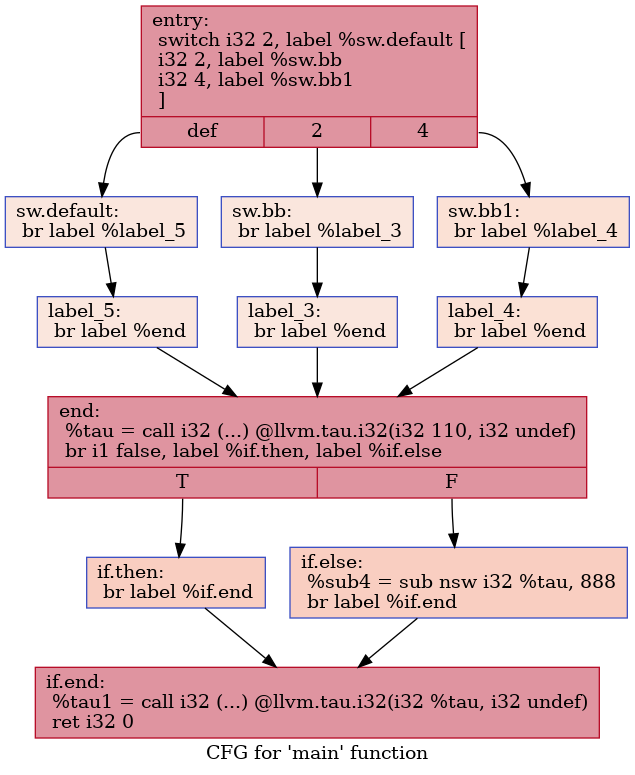
HPSSA-LLVM/HPSSA-LLVM keeps this Graphviz diagram as IR/cfg/SCCP_HPSSA.dot.png. Above is the earlier version. Its source is kept beside it as IR/cfg/SCCP_HPSSA.dot. The source it was exported from:
```dot
digraph "CFG for 'main' function" {
	label="CFG for 'main' function";

	Node0x55d8549ee800 [shape=record,color="#b70d28ff", style=filled, fillcolor="#b70d2870",label="{entry:\l  switch i32 2, label %sw.default [\l    i32 2, label %sw.bb\l    i32 4, label %sw.bb1\l  ]\l|{<s0>def|<s1>2|<s2>4}}"];
	Node0x55d8549ee800:s0 -> Node0x55d8549ee930;
	Node0x55d8549ee800:s1 -> Node0x55d8549ee9b0;
	Node0x55d8549ee800:s2 -> Node0x55d8549eea50;
	Node0x55d8549ee9b0 [shape=record,color="#3d50c3ff", style=filled, fillcolor="#f3c7b170",label="{sw.bb:                                            \l  br label %label_3\l}"];
	Node0x55d8549ee9b0 -> Node0x55d8549eebe0;
	Node0x55d8549eea50 [shape=record,color="#3d50c3ff", style=filled, fillcolor="#f7bca170",label="{sw.bb1:                                           \l  br label %label_4\l}"];
	Node0x55d8549eea50 -> Node0x55d8549eecc0;
	Node0x55d8549ee930 [shape=record,color="#3d50c3ff", style=filled, fillcolor="#f3c7b170",label="{sw.default:                                       \l  br label %label_5\l}"];
	Node0x55d8549ee930 -> Node0x55d8549eeda0;
	Node0x55d8549eebe0 [shape=record,color="#3d50c3ff", style=filled, fillcolor="#f3c7b170",label="{label_3:                                          \l  br label %end\l}"];
	Node0x55d8549eebe0 -> Node0x55d8549eee80;
	Node0x55d8549eecc0 [shape=record,color="#3d50c3ff", style=filled, fillcolor="#f7bca170",label="{label_4:                                          \l  br label %end\l}"];
	Node0x55d8549eecc0 -> Node0x55d8549eee80;
	Node0x55d8549eeda0 [shape=record,color="#3d50c3ff", style=filled, fillcolor="#f3c7b170",label="{label_5:                                          \l  br label %end\l}"];
	Node0x55d8549eeda0 -> Node0x55d8549eee80;
	Node0x55d8549eee80 [shape=record,color="#b70d28ff", style=filled, fillcolor="#b70d2870",label="{end:                                              \l  %tau = call i32 (...) @llvm.tau.i32(i32 110, i32 undef)\l  br i1 false, label %if.then, label %if.else\l|{<s0>T|<s1>F}}"];
	Node0x55d8549eee80:s0 -> Node0x55d8549ef6c0;
	Node0x55d8549eee80:s1 -> Node0x55d8549ef730;
	Node0x55d8549ef6c0 [shape=record,color="#3d50c3ff", style=filled, fillcolor="#f2907270",label="{if.then:                                          \l  br label %if.end\l}"];
	Node0x55d8549ef6c0 -> Node0x55d8549ef850;
	Node0x55d8549ef730 [shape=record,color="#3d50c3ff", style=filled, fillcolor="#f2907270",label="{if.else:                                          \l  %sub4 = sub nsw i32 %tau, 888\l  br label %if.end\l}"];
	Node0x55d8549ef730 -> Node0x55d8549ef850;
	Node0x55d8549ef850 [shape=record,color="#b70d28ff", style=filled, fillcolor="#b70d2870",label="{if.end:                                           \l  %tau1 = call i32 (...) @llvm.tau.i32(i32 %tau, i32 undef)\l  ret i32 0\l}"];
}
```
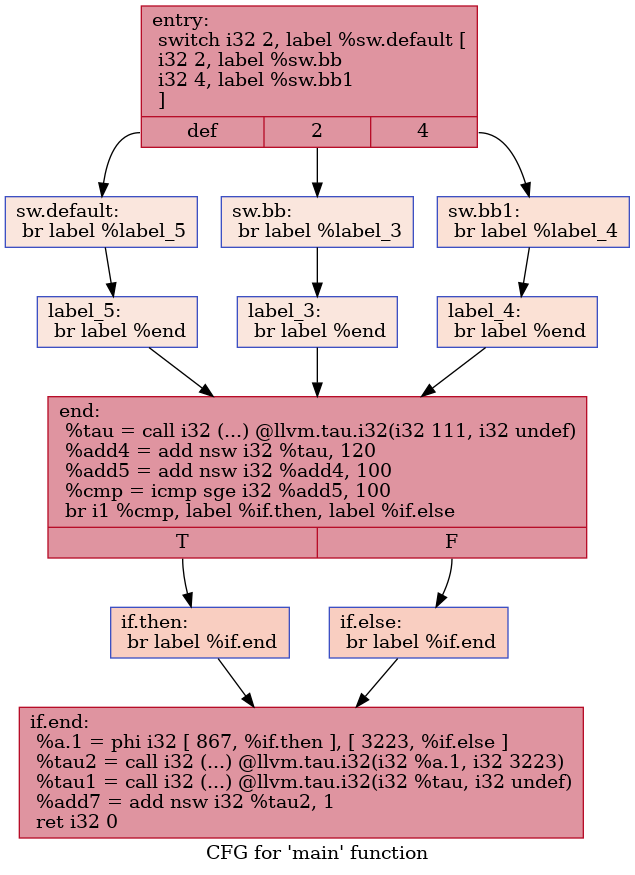
The same file after the commit.

Change to the diagram source:
```diff
@@ -1,28 +1,28 @@
 digraph "CFG for 'main' function" {
 	label="CFG for 'main' function";
 
-	Node0x55d8549ee800 [shape=record,color="#b70d28ff", style=filled, fillcolor="#b70d2870",label="{entry:\l  switch i32 2, label %sw.default [\l    i32 2, label %sw.bb\l    i32 4, label %sw.bb1\l  ]\l|{<s0>def|<s1>2|<s2>4}}"];
-	Node0x55d8549ee800:s0 -> Node0x55d8549ee930;
-	Node0x55d8549ee800:s1 -> Node0x55d8549ee9b0;
-	Node0x55d8549ee800:s2 -> Node0x55d8549eea50;
-	Node0x55d8549ee9b0 [shape=record,color="#3d50c3ff", style=filled, fillcolor="#f3c7b170",label="{sw.bb:                                            \l  br label %label_3\l}"];
-	Node0x55d8549ee9b0 -> Node0x55d8549eebe0;
-	Node0x55d8549eea50 [shape=record,color="#3d50c3ff", style=filled, fillcolor="#f7bca170",label="{sw.bb1:                                           \l  br label %label_4\l}"];
-	Node0x55d8549eea50 -> Node0x55d8549eecc0;
-	Node0x55d8549ee930 [shape=record,color="#3d50c3ff", style=filled, fillcolor="#f3c7b170",label="{sw.default:                                       \l  br label %label_5\l}"];
-	Node0x55d8549ee930 -> Node0x55d8549eeda0;
-	Node0x55d8549eebe0 [shape=record,color="#3d50c3ff", style=filled, fillcolor="#f3c7b170",label="{label_3:                                          \l  br label %end\l}"];
-	Node0x55d8549eebe0 -> Node0x55d8549eee80;
-	Node0x55d8549eecc0 [shape=record,color="#3d50c3ff", style=filled, fillcolor="#f7bca170",label="{label_4:                                          \l  br label %end\l}"];
-	Node0x55d8549eecc0 -> Node0x55d8549eee80;
-	Node0x55d8549eeda0 [shape=record,color="#3d50c3ff", style=filled, fillcolor="#f3c7b170",label="{label_5:                                          \l  br label %end\l}"];
-	Node0x55d8549eeda0 -> Node0x55d8549eee80;
-	Node0x55d8549eee80 [shape=record,color="#b70d28ff", style=filled, fillcolor="#b70d2870",label="{end:                                              \l  %tau = call i32 (...) @llvm.tau.i32(i32 110, i32 undef)\l  br i1 false, label %if.then, label %if.else\l|{<s0>T|<s1>F}}"];
-	Node0x55d8549eee80:s0 -> Node0x55d8549ef6c0;
-	Node0x55d8549eee80:s1 -> Node0x55d8549ef730;
-	Node0x55d8549ef6c0 [shape=record,color="#3d50c3ff", style=filled, fillcolor="#f2907270",label="{if.then:                                          \l  br label %if.end\l}"];
-	Node0x55d8549ef6c0 -> Node0x55d8549ef850;
-	Node0x55d8549ef730 [shape=record,color="#3d50c3ff", style=filled, fillcolor="#f2907270",label="{if.else:                                          \l  %sub4 = sub nsw i32 %tau, 888\l  br label %if.end\l}"];
-	Node0x55d8549ef730 -> Node0x55d8549ef850;
-	Node0x55d8549ef850 [shape=record,color="#b70d28ff", style=filled, fillcolor="#b70d2870",label="{if.end:                                           \l  %tau1 = call i32 (...) @llvm.tau.i32(i32 %tau, i32 undef)\l  ret i32 0\l}"];
+	Node0x55c48c6248d0 [shape=record,color="#b70d28ff", style=filled, fillcolor="#b70d2870",label="{entry:\l  switch i32 2, label %sw.default [\l    i32 2, label %sw.bb\l    i32 4, label %sw.bb1\l  ]\l|{<s0>def|<s1>2|<s2>4}}"];
+	Node0x55c48c6248d0:s0 -> Node0x55c48c624a00;
+	Node0x55c48c6248d0:s1 -> Node0x55c48c624a80;
+	Node0x55c48c6248d0:s2 -> Node0x55c48c624b20;
+	Node0x55c48c624a80 [shape=record,color="#3d50c3ff", style=filled, fillcolor="#f3c7b170",label="{sw.bb:                                            \l  br label %label_3\l}"];
+	Node0x55c48c624a80 -> Node0x55c48c624cb0;
+	Node0x55c48c624b20 [shape=record,color="#3d50c3ff", style=filled, fillcolor="#f7bca170",label="{sw.bb1:                                           \l  br label %label_4\l}"];
+	Node0x55c48c624b20 -> Node0x55c48c624d90;
+	Node0x55c48c624a00 [shape=record,color="#3d50c3ff", style=filled, fillcolor="#f3c7b170",label="{sw.default:                                       \l  br label %label_5\l}"];
+	Node0x55c48c624a00 -> Node0x55c48c624e70;
+	Node0x55c48c624cb0 [shape=record,color="#3d50c3ff", style=filled, fillcolor="#f3c7b170",label="{label_3:                                          \l  br label %end\l}"];
+	Node0x55c48c624cb0 -> Node0x55c48c624f50;
+	Node0x55c48c624d90 [shape=record,color="#3d50c3ff", style=filled, fillcolor="#f7bca170",label="{label_4:                                          \l  br label %end\l}"];
+	Node0x55c48c624d90 -> Node0x55c48c624f50;
+	Node0x55c48c624e70 [shape=record,color="#3d50c3ff", style=filled, fillcolor="#f3c7b170",label="{label_5:                                          \l  br label %end\l}"];
+	Node0x55c48c624e70 -> Node0x55c48c624f50;
+	Node0x55c48c624f50 [shape=record,color="#b70d28ff", style=filled, fillcolor="#b70d2870",label="{end:                                              \l  %tau = call i32 (...) @llvm.tau.i32(i32 111, i32 undef)\l  %add4 = add nsw i32 %tau, 120\l  %add5 = add nsw i32 %add4, 100\l  %cmp = icmp sge i32 %add5, 100\l  br i1 %cmp, label %if.then, label %if.else\l|{<s0>T|<s1>F}}"];
+	Node0x55c48c624f50:s0 -> Node0x55c48c6259d0;
+	Node0x55c48c624f50:s1 -> Node0x55c48c625be0;
+	Node0x55c48c6259d0 [shape=record,color="#3d50c3ff", style=filled, fillcolor="#f2907270",label="{if.then:                                          \l  br label %if.end\l}"];
+	Node0x55c48c6259d0 -> Node0x55c48c625d00;
+	Node0x55c48c625be0 [shape=record,color="#3d50c3ff", style=filled, fillcolor="#f2907270",label="{if.else:                                          \l  br label %if.end\l}"];
+	Node0x55c48c625be0 -> Node0x55c48c625d00;
+	Node0x55c48c625d00 [shape=record,color="#b70d28ff", style=filled, fillcolor="#b70d2870",label="{if.end:                                           \l  %a.1 = phi i32 [ 867, %if.then ], [ 3223, %if.else ]\l  %tau2 = call i32 (...) @llvm.tau.i32(i32 %a.1, i32 3223)\l  %tau1 = call i32 (...) @llvm.tau.i32(i32 %tau, i32 undef)\l  %add7 = add nsw i32 %tau2, 1\l  ret i32 0\l}"];
 }
```
